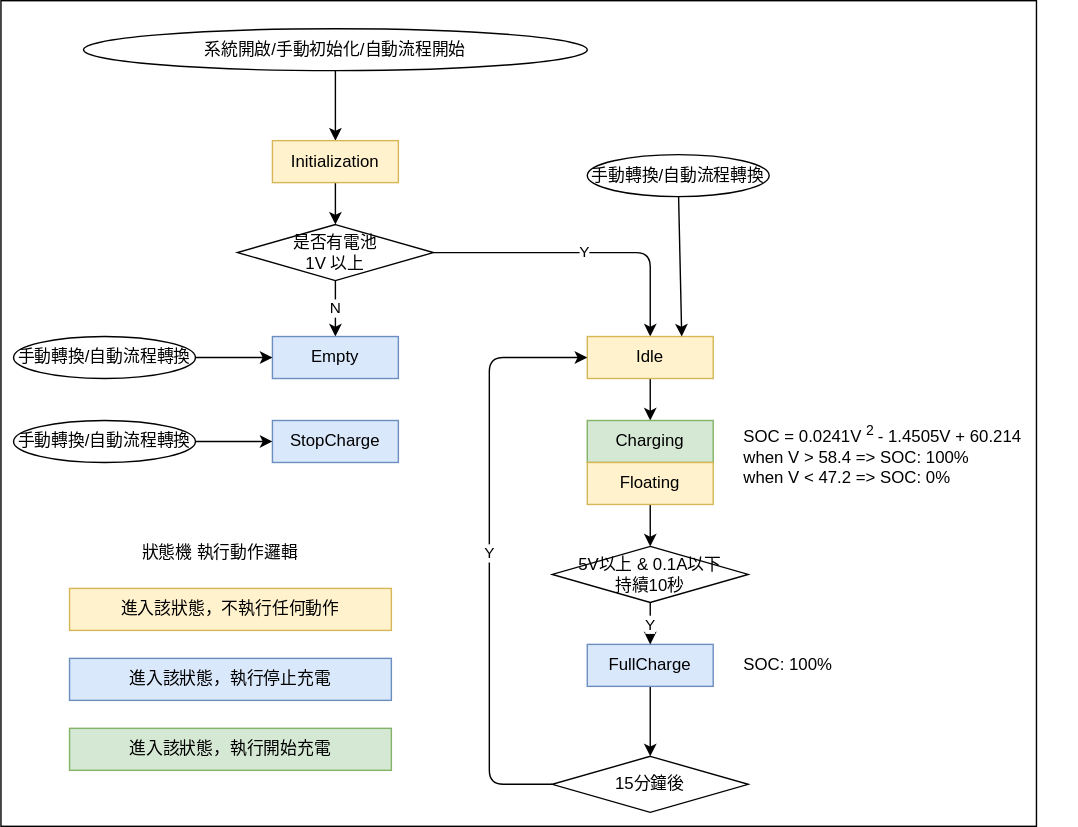
This is ChargerControlApp/Pictures/Design/SOCCalculate.drawio.svg from isalan06/ChargerControlApp, a draw.io export, as it was before one commit. Source tidied: cells renumbered, new cells last; positions are measured from the earlier drawing's top-left corner, leaving out a move shared by most shapes. Source of this version:
```xml
<mxGraphModel>
  <root>
    <mxCell id="0" />
    <mxCell id="1" parent="0" />
    <mxCell id="2" style="rounded=0;whiteSpace=wrap;html=1;" parent="1" vertex="1">
      <mxGeometry width="740" height="590" as="geometry" />
    </mxCell>
    <mxCell id="3" style="edgeStyle=none;html=1;entryX=0.5;entryY=0;entryDx=0;entryDy=0;" parent="1" edge="1" source="4" target="6">
      <mxGeometry relative="1" as="geometry" />
    </mxCell>
    <mxCell id="4" value="系統開啟/手動初始化/自動流程開始" style="ellipse;whiteSpace=wrap;html=1;" parent="1" vertex="1">
      <mxGeometry x="59" y="20" width="360" height="30" as="geometry" />
    </mxCell>
    <mxCell id="5" style="edgeStyle=none;html=1;" parent="1" edge="1" source="6" target="9">
      <mxGeometry relative="1" as="geometry" />
    </mxCell>
    <mxCell id="6" value="Initialization" style="rounded=0;whiteSpace=wrap;html=1;fillColor=#fff2cc;strokeColor=#d6b656;" parent="1" vertex="1">
      <mxGeometry x="194" y="100" width="90" height="30" as="geometry" />
    </mxCell>
    <mxCell id="7" value="N" style="edgeStyle=none;html=1;" parent="1" edge="1" source="9" target="10">
      <mxGeometry relative="1" as="geometry" />
    </mxCell>
    <mxCell id="8" value="Y" style="edgeStyle=none;html=1;entryX=0.5;entryY=0;entryDx=0;entryDy=0;exitX=1;exitY=0.5;exitDx=0;exitDy=0;" parent="1" edge="1" source="9" target="12">
      <mxGeometry relative="1" as="geometry">
        <Array as="points">
          <mxPoint x="464" y="180" />
        </Array>
      </mxGeometry>
    </mxCell>
    <mxCell id="9" value="是否有電池&lt;div&gt;1V 以上&lt;/div&gt;" style="rhombus;whiteSpace=wrap;html=1;" parent="1" vertex="1">
      <mxGeometry x="169" y="160" width="140" height="40" as="geometry" />
    </mxCell>
    <mxCell id="10" value="Empty" style="rounded=0;whiteSpace=wrap;html=1;fillColor=#dae8fc;strokeColor=#6c8ebf;" parent="1" vertex="1">
      <mxGeometry x="194" y="240" width="90" height="30" as="geometry" />
    </mxCell>
    <mxCell id="11" style="edgeStyle=none;html=1;" parent="1" edge="1" source="12" target="18">
      <mxGeometry relative="1" as="geometry" />
    </mxCell>
    <mxCell id="12" value="Idle" style="rounded=0;whiteSpace=wrap;html=1;fillColor=#fff2cc;strokeColor=#d6b656;" parent="1" vertex="1">
      <mxGeometry x="419" y="240" width="90" height="30" as="geometry" />
    </mxCell>
    <mxCell id="13" style="edgeStyle=none;html=1;" parent="1" edge="1" source="14" target="10">
      <mxGeometry relative="1" as="geometry" />
    </mxCell>
    <mxCell id="14" value="手動轉換/自動流程轉換" style="ellipse;whiteSpace=wrap;html=1;" parent="1" vertex="1">
      <mxGeometry x="9" y="240" width="130" height="30" as="geometry" />
    </mxCell>
    <mxCell id="15" value="StopCharge" style="rounded=0;whiteSpace=wrap;html=1;fillColor=#dae8fc;strokeColor=#6c8ebf;" parent="1" vertex="1">
      <mxGeometry x="194" y="300" width="90" height="30" as="geometry" />
    </mxCell>
    <mxCell id="16" style="edgeStyle=none;html=1;" parent="1" edge="1" source="17" target="15">
      <mxGeometry relative="1" as="geometry" />
    </mxCell>
    <mxCell id="17" value="手動轉換/自動流程轉換" style="ellipse;whiteSpace=wrap;html=1;" parent="1" vertex="1">
      <mxGeometry x="9" y="300" width="130" height="30" as="geometry" />
    </mxCell>
    <mxCell id="18" value="Charging" style="rounded=0;whiteSpace=wrap;html=1;fillColor=#d5e8d4;strokeColor=#82b366;" parent="1" vertex="1">
      <mxGeometry x="419" y="300" width="90" height="30" as="geometry" />
    </mxCell>
    <mxCell id="19" style="edgeStyle=none;html=1;" parent="1" edge="1" source="20" target="24">
      <mxGeometry relative="1" as="geometry" />
    </mxCell>
    <mxCell id="20" value="Floating" style="rounded=0;whiteSpace=wrap;html=1;fillColor=#fff2cc;strokeColor=#d6b656;" parent="1" vertex="1">
      <mxGeometry x="419" y="330" width="90" height="30" as="geometry" />
    </mxCell>
    <mxCell id="21" style="edgeStyle=none;html=1;" parent="1" edge="1" source="22" target="26">
      <mxGeometry relative="1" as="geometry" />
    </mxCell>
    <mxCell id="22" value="FullCharge" style="rounded=0;whiteSpace=wrap;html=1;fillColor=#dae8fc;strokeColor=#6c8ebf;" parent="1" vertex="1">
      <mxGeometry x="419" y="460" width="90" height="30" as="geometry" />
    </mxCell>
    <mxCell id="23" value="Y" style="edgeStyle=none;html=1;" parent="1" edge="1" source="24" target="22">
      <mxGeometry relative="1" as="geometry" />
    </mxCell>
    <mxCell id="24" value="5V以上 &amp;amp; 0.1A以下&lt;div&gt;持續10秒&lt;/div&gt;" style="rhombus;whiteSpace=wrap;html=1;" parent="1" vertex="1">
      <mxGeometry x="394" y="390" width="140" height="40" as="geometry" />
    </mxCell>
    <mxCell id="25" value="Y" style="edgeStyle=none;html=1;entryX=0;entryY=0.5;entryDx=0;entryDy=0;exitX=0;exitY=0.5;exitDx=0;exitDy=0;" parent="1" edge="1" source="26" target="12">
      <mxGeometry relative="1" as="geometry">
        <Array as="points">
          <mxPoint x="349" y="560" />
          <mxPoint x="349" y="255" />
        </Array>
      </mxGeometry>
    </mxCell>
    <mxCell id="26" value="15分鐘後" style="rhombus;whiteSpace=wrap;html=1;" parent="1" vertex="1">
      <mxGeometry x="394" y="540" width="140" height="40" as="geometry" />
    </mxCell>
    <mxCell id="27" style="edgeStyle=none;html=1;entryX=0.75;entryY=0;entryDx=0;entryDy=0;" parent="1" edge="1" source="28" target="12">
      <mxGeometry relative="1" as="geometry" />
    </mxCell>
    <mxCell id="28" value="手動轉換/自動流程轉換" style="ellipse;whiteSpace=wrap;html=1;" parent="1" vertex="1">
      <mxGeometry x="419" y="110" width="130" height="30" as="geometry" />
    </mxCell>
    <mxCell id="29" value="SOC: 100%" style="text;html=1;align=left;verticalAlign=middle;whiteSpace=wrap;rounded=0;" parent="1" vertex="1">
      <mxGeometry x="529" y="460" width="140" height="30" as="geometry" />
    </mxCell>
    <mxCell id="30" value="進入該狀態，不執行任何動作" style="rounded=0;whiteSpace=wrap;html=1;fillColor=#fff2cc;strokeColor=#d6b656;" parent="1" vertex="1">
      <mxGeometry x="49" y="420" width="230" height="30" as="geometry" />
    </mxCell>
    <mxCell id="31" value="進入該狀態，執行停止充電" style="rounded=0;whiteSpace=wrap;html=1;fillColor=#dae8fc;strokeColor=#6c8ebf;" parent="1" vertex="1">
      <mxGeometry x="49" y="470" width="230" height="30" as="geometry" />
    </mxCell>
    <mxCell id="32" value="進入該狀態，執行開始充電" style="rounded=0;whiteSpace=wrap;html=1;fillColor=#d5e8d4;strokeColor=#82b366;" parent="1" vertex="1">
      <mxGeometry x="49" y="520" width="230" height="30" as="geometry" />
    </mxCell>
    <mxCell id="33" value="SOC = 0.0241V&lt;sup&gt;2&lt;/sup&gt; - 1.4505V + 60.214&lt;div&gt;when V &amp;gt; 58.4 =&amp;gt; SOC: 100%&lt;/div&gt;&lt;div&gt;when V &amp;lt; 47.2 =&amp;gt; SOC: 0%&lt;/div&gt;" style="text;html=1;align=left;verticalAlign=middle;whiteSpace=wrap;rounded=0;" parent="1" vertex="1">
      <mxGeometry x="529" y="310" width="240" height="30" as="geometry" />
    </mxCell>
    <mxCell id="34" value="狀態機 執行動作邏輯" style="text;html=1;align=left;verticalAlign=middle;whiteSpace=wrap;rounded=0;" parent="1" vertex="1">
      <mxGeometry x="99" y="380" width="140" height="30" as="geometry" />
    </mxCell>
  </root>
</mxGraphModel>
```
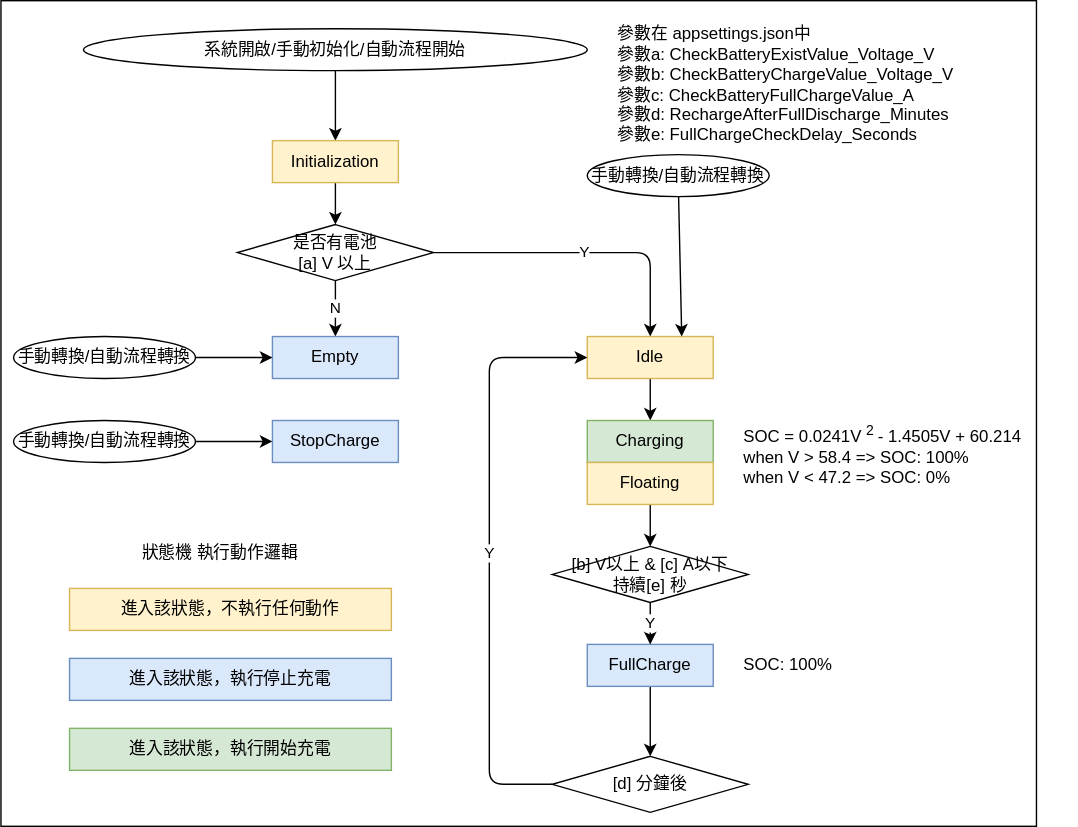
Later version of the same file.

Change to the diagram source:
```diff
@@ -27,7 +27,7 @@
         </Array>
       </mxGeometry>
     </mxCell>
-    <mxCell id="9" value="是否有電池&lt;div&gt;1V 以上&lt;/div&gt;" style="rhombus;whiteSpace=wrap;html=1;" parent="1" vertex="1">
+    <mxCell id="9" value="是否有電池&lt;div&gt;[a] V 以上&lt;/div&gt;" style="rhombus;whiteSpace=wrap;html=1;" parent="1" vertex="1">
       <mxGeometry x="169" y="160" width="140" height="40" as="geometry" />
     </mxCell>
     <mxCell id="10" value="Empty" style="rounded=0;whiteSpace=wrap;html=1;fillColor=#dae8fc;strokeColor=#6c8ebf;" parent="1" vertex="1">
@@ -72,7 +72,7 @@
     <mxCell id="23" value="Y" style="edgeStyle=none;html=1;" parent="1" edge="1" source="24" target="22">
       <mxGeometry relative="1" as="geometry" />
     </mxCell>
-    <mxCell id="24" value="5V以上 &amp;amp; 0.1A以下&lt;div&gt;持續10秒&lt;/div&gt;" style="rhombus;whiteSpace=wrap;html=1;" parent="1" vertex="1">
+    <mxCell id="24" value="&amp;nbsp;[b] V以上 &amp;amp; [c] A以下&lt;div&gt;持續[e] 秒&lt;/div&gt;" style="rhombus;whiteSpace=wrap;html=1;" parent="1" vertex="1">
       <mxGeometry x="394" y="390" width="140" height="40" as="geometry" />
     </mxCell>
     <mxCell id="25" value="Y" style="edgeStyle=none;html=1;entryX=0;entryY=0.5;entryDx=0;entryDy=0;exitX=0;exitY=0.5;exitDx=0;exitDy=0;" parent="1" edge="1" source="26" target="12">
@@ -83,7 +83,7 @@
         </Array>
       </mxGeometry>
     </mxCell>
-    <mxCell id="26" value="15分鐘後" style="rhombus;whiteSpace=wrap;html=1;" parent="1" vertex="1">
+    <mxCell id="26" value="[d] 分鐘後" style="rhombus;whiteSpace=wrap;html=1;" parent="1" vertex="1">
       <mxGeometry x="394" y="540" width="140" height="40" as="geometry" />
     </mxCell>
     <mxCell id="27" style="edgeStyle=none;html=1;entryX=0.75;entryY=0;entryDx=0;entryDy=0;" parent="1" edge="1" source="28" target="12">
@@ -110,5 +110,8 @@
     <mxCell id="34" value="狀態機 執行動作邏輯" style="text;html=1;align=left;verticalAlign=middle;whiteSpace=wrap;rounded=0;" parent="1" vertex="1">
       <mxGeometry x="99" y="380" width="140" height="30" as="geometry" />
     </mxCell>
+    <mxCell id="35" value="&lt;div&gt;參數在 appsettings.json中&lt;/div&gt;參數a:&amp;nbsp;CheckBatteryExistValue_Voltage_V&lt;div&gt;參數b:&amp;nbsp;CheckBatteryChargeValue_Voltage_V&lt;/div&gt;&lt;div&gt;參數c:&amp;nbsp;CheckBatteryFullChargeValue_A&lt;/div&gt;&lt;div&gt;參數d:&amp;nbsp;RechargeAfterFullDischarge_Minutes&lt;/div&gt;&lt;div&gt;參數e:&amp;nbsp;FullChargeCheckDelay_Seconds&lt;/div&gt;" style="text;html=1;align=left;verticalAlign=middle;whiteSpace=wrap;rounded=0;" parent="1" vertex="1">
+      <mxGeometry x="439" y="10" width="289" height="100" as="geometry" />
+    </mxCell>
   </root>
 </mxGraphModel>
```
